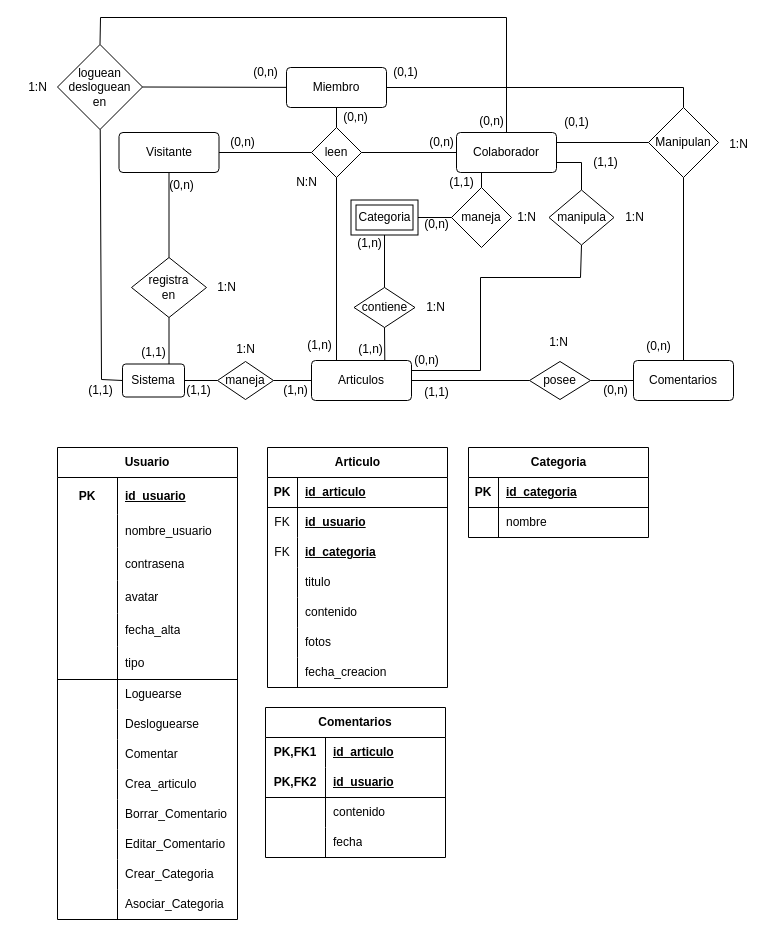
The draw.io diagram Blog_Metaverso.drawio in mateojgomez/blog_metaverso, before the edit. Source tidied: cells renumbered, new cells numbered last; positions are measured from the earlier drawing's top-left corner, leaving out a move shared by most shapes. Both pictures are drawn from the tidied source at 100%, with x=0, y=0 at pixel (17, 17).
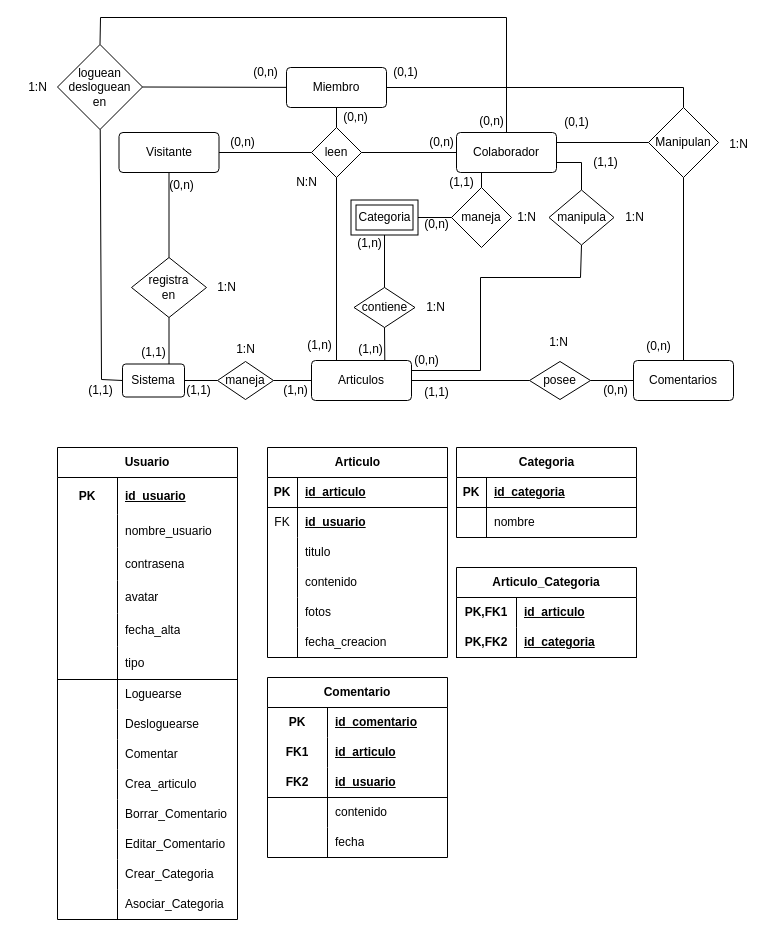
The same diagram, later.

Diff of the diagram source:
```diff
@@
     <mxCell id="105" value="Articulo" style="shape=table;startSize=30;childLayout=tableLayout;rowLines=0;fontStyle=1;align=center;html=1;" parent="1" vertex="1">
-      <mxGeometry x="250" y="430" width="180" height="240" as="geometry" />
+      <mxGeometry x="250" y="430" width="180" height="210" as="geometry" />
     </mxCell>
@@
-    <mxCell id="112" style="shape=tableRow;horizontal=0;startSize=0;swimlaneHead=0;swimlaneBody=0;fillColor=none;top=0;left=0;right=0;bottom=0;" parent="105" vertex="1">
-      <mxGeometry y="90" width="180" height="30" as="geometry" />
-    </mxCell>
-    <mxCell id="113" value="FK" style="shape=partialRectangle;fillColor=none;top=0;left=0;bottom=0;right=0;overflow=hidden;whiteSpace=wrap;html=1;" parent="112" vertex="1">
-      <mxGeometry width="30" height="30" as="geometry" />
-    </mxCell>
-    <mxCell id="114" value="&lt;u&gt;&lt;b&gt;id_categoria&lt;/b&gt;&lt;/u&gt;" style="shape=partialRectangle;fillColor=none;top=0;left=0;bottom=0;right=0;align=left;spacingLeft=6;overflow=hidden;whiteSpace=wrap;html=1;" parent="112" vertex="1">
-      <mxGeometry x="30" width="150" height="30" as="geometry" />
-    </mxCell>
     <mxCell id="115" style="shape=tableRow;horizontal=0;startSize=0;swimlaneHead=0;swimlaneBody=0;fillColor=none;top=0;left=0;right=0;bottom=0;" parent="105" vertex="1">
-      <mxGeometry y="120" width="180" height="30" as="geometry" />
+      <mxGeometry y="90" width="180" height="30" as="geometry" />
     </mxCell>
@@
     <mxCell id="118" style="shape=tableRow;horizontal=0;startSize=0;swimlaneHead=0;swimlaneBody=0;fillColor=none;top=0;left=0;right=0;bottom=0;" parent="105" vertex="1">
-      <mxGeometry y="150" width="180" height="30" as="geometry" />
+      <mxGeometry y="120" width="180" height="30" as="geometry" />
     </mxCell>
@@
     <mxCell id="121" style="shape=tableRow;horizontal=0;startSize=0;swimlaneHead=0;swimlaneBody=0;fillColor=none;top=0;left=0;right=0;bottom=0;" parent="105" vertex="1">
-      <mxGeometry y="180" width="180" height="30" as="geometry" />
+      <mxGeometry y="150" width="180" height="30" as="geometry" />
     </mxCell>
@@
     <mxCell id="124" style="shape=tableRow;horizontal=0;startSize=0;swimlaneHead=0;swimlaneBody=0;fillColor=none;top=0;left=0;right=0;bottom=0;" parent="105" vertex="1">
-      <mxGeometry y="210" width="180" height="30" as="geometry" />
+      <mxGeometry y="180" width="180" height="30" as="geometry" />
     </mxCell>
@@
-    <mxCell id="127" value="Comentarios" style="shape=table;startSize=30;childLayout=tableLayout;rowLines=0;fontStyle=1;align=center;html=1;whiteSpace=wrap;" parent="1" vertex="1">
-      <mxGeometry x="248" y="690" width="180" height="150" as="geometry" />
+    <mxCell id="127" value="Comentario" style="shape=table;startSize=30;childLayout=tableLayout;rowLines=0;fontStyle=1;align=center;html=1;whiteSpace=wrap;" parent="1" vertex="1">
+      <mxGeometry x="250" y="660" width="180" height="180" as="geometry" />
     </mxCell>
+    <mxCell id="156" style="shape=tableRow;horizontal=0;startSize=0;swimlaneHead=0;swimlaneBody=0;fillColor=none;top=0;left=0;right=0;bottom=0;html=1;" parent="127" vertex="1">
+      <mxGeometry y="30" width="180" height="30" as="geometry" />
+    </mxCell>
+    <mxCell id="157" value="PK" style="shape=partialRectangle;fillColor=none;top=0;left=0;bottom=0;right=0;fontStyle=1;overflow=hidden;html=1;whiteSpace=wrap;" parent="156" vertex="1">
+      <mxGeometry width="60" height="30" as="geometry" />
+    </mxCell>
+    <mxCell id="158" value="id_comentario" style="shape=partialRectangle;fillColor=none;top=0;left=0;bottom=0;right=0;align=left;spacingLeft=6;fontStyle=5;overflow=hidden;html=1;whiteSpace=wrap;" parent="156" vertex="1">
+      <mxGeometry x="60" width="120" height="30" as="geometry" />
+    </mxCell>
     <mxCell id="128" style="shape=tableRow;horizontal=0;startSize=0;swimlaneHead=0;swimlaneBody=0;fillColor=none;top=0;left=0;right=0;bottom=0;html=1;" parent="127" vertex="1">
-      <mxGeometry y="30" width="180" height="30" as="geometry" />
+      <mxGeometry y="60" width="180" height="30" as="geometry" />
     </mxCell>
-    <mxCell id="129" value="PK,FK1" style="shape=partialRectangle;fillColor=none;top=0;left=0;bottom=0;right=0;fontStyle=1;overflow=hidden;html=1;whiteSpace=wrap;" parent="128" vertex="1">
+    <mxCell id="129" value="FK1" style="shape=partialRectangle;fillColor=none;top=0;left=0;bottom=0;right=0;fontStyle=1;overflow=hidden;html=1;whiteSpace=wrap;" parent="128" vertex="1">
       <mxGeometry width="60" height="30" as="geometry" />
     </mxCell>
@@
     <mxCell id="131" style="shape=tableRow;horizontal=0;startSize=0;swimlaneHead=0;swimlaneBody=0;fillColor=none;top=0;left=0;right=0;bottom=1;html=1;" parent="127" vertex="1">
-      <mxGeometry y="60" width="180" height="30" as="geometry" />
+      <mxGeometry y="90" width="180" height="30" as="geometry" />
     </mxCell>
-    <mxCell id="132" value="PK,FK2" style="shape=partialRectangle;fillColor=none;top=0;left=0;bottom=0;right=0;fontStyle=1;overflow=hidden;html=1;whiteSpace=wrap;" parent="131" vertex="1">
+    <mxCell id="132" value="FK2" style="shape=partialRectangle;fillColor=none;top=0;left=0;bottom=0;right=0;fontStyle=1;overflow=hidden;html=1;whiteSpace=wrap;" parent="131" vertex="1">
       <mxGeometry width="60" height="30" as="geometry" />
     </mxCell>
@@
     <mxCell id="134" style="shape=tableRow;horizontal=0;startSize=0;swimlaneHead=0;swimlaneBody=0;fillColor=none;top=0;left=0;right=0;bottom=0;html=1;" parent="127" vertex="1">
-      <mxGeometry y="90" width="180" height="30" as="geometry" />
+      <mxGeometry y="120" width="180" height="30" as="geometry" />
     </mxCell>
@@
     <mxCell id="137" style="shape=tableRow;horizontal=0;startSize=0;swimlaneHead=0;swimlaneBody=0;fillColor=none;top=0;left=0;right=0;bottom=0;html=1;" parent="127" vertex="1">
-      <mxGeometry y="120" width="180" height="30" as="geometry" />
+      <mxGeometry y="150" width="180" height="30" as="geometry" />
     </mxCell>
@@
     <mxCell id="143" value="Categoria" style="shape=table;startSize=30;childLayout=tableLayout;rowLines=0;fontStyle=1;align=center;html=1;" parent="1" vertex="1">
-      <mxGeometry x="451" y="430" width="180" height="90" as="geometry" />
+      <mxGeometry x="439" y="430" width="180" height="90" as="geometry" />
     </mxCell>
@@
+    <mxCell id="159" value="Articulo_Categoria" style="shape=table;startSize=30;childLayout=tableLayout;rowLines=0;fontStyle=1;align=center;html=1;whiteSpace=wrap;" parent="1" vertex="1">
+      <mxGeometry x="439" y="550" width="180" height="90" as="geometry" />
+    </mxCell>
+    <mxCell id="160" style="shape=tableRow;horizontal=0;startSize=0;swimlaneHead=0;swimlaneBody=0;fillColor=none;top=0;left=0;right=0;bottom=0;html=1;" parent="159" vertex="1">
+      <mxGeometry y="30" width="180" height="30" as="geometry" />
+    </mxCell>
+    <mxCell id="161" value="PK,FK1" style="shape=partialRectangle;fillColor=none;top=0;left=0;bottom=0;right=0;fontStyle=1;overflow=hidden;html=1;whiteSpace=wrap;" parent="160" vertex="1">
+      <mxGeometry width="60" height="30" as="geometry" />
+    </mxCell>
+    <mxCell id="162" value="id_articulo" style="shape=partialRectangle;fillColor=none;top=0;left=0;bottom=0;right=0;align=left;spacingLeft=6;fontStyle=5;overflow=hidden;html=1;whiteSpace=wrap;" parent="160" vertex="1">
+      <mxGeometry x="60" width="120" height="30" as="geometry" />
+    </mxCell>
+    <mxCell id="163" style="shape=tableRow;horizontal=0;startSize=0;swimlaneHead=0;swimlaneBody=0;fillColor=none;top=0;left=0;right=0;bottom=1;html=1;" parent="159" vertex="1">
+      <mxGeometry y="60" width="180" height="30" as="geometry" />
+    </mxCell>
+    <mxCell id="164" value="PK,FK2" style="shape=partialRectangle;fillColor=none;top=0;left=0;bottom=0;right=0;fontStyle=1;overflow=hidden;html=1;whiteSpace=wrap;" parent="163" vertex="1">
+      <mxGeometry width="60" height="30" as="geometry" />
+    </mxCell>
+    <mxCell id="114" value="id_categoria" style="shape=partialRectangle;fillColor=none;top=0;left=0;bottom=0;right=0;align=left;spacingLeft=6;fontStyle=5;overflow=hidden;html=1;whiteSpace=wrap;" parent="163" vertex="1">
+      <mxGeometry x="60" width="120" height="30" as="geometry" />
+    </mxCell>
```
